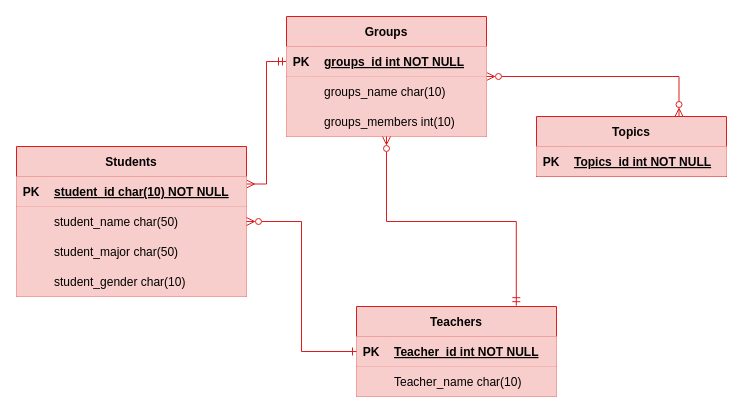
Earlier version of the draw.io diagram 未命名绘图.drawio (HSULW/Database). Source tidied: cells renumbered, new cells numbered last; positions are measured from the earlier drawing's top-left corner, leaving out a move shared by most shapes. Both pictures are drawn from the tidied source at 100%, with x=0, y=0 at pixel (16, 16).
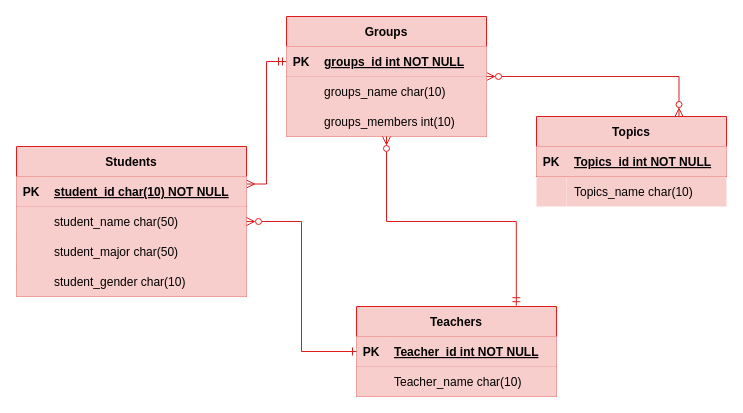
The same diagram, later.

Commit message:
更新未命名绘图.drawio

The edit, as a diff of the source:
```diff
@@
+    <mxCell id="40" value="Topics_name char(10)" style="shape=partialRectangle;overflow=hidden;align=left;top=0;left=0;bottom=0;right=0;spacingLeft=6;fontStyle=0;swimlaneFillColor=none;fillColor=#f8cecc;strokeColor=#dd1d1d;" parent="1" vertex="1">
+      <mxGeometry x="550" y="160" width="160" height="30" as="geometry" />
+    </mxCell>
+    <mxCell id="41" style="shape=partialRectangle;overflow=hidden;top=0;left=0;bottom=0;right=0;fontStyle=1;swimlaneFillColor=none;fillColor=#f8cecc;strokeColor=#dd1d1d;" parent="1" vertex="1">
+      <mxGeometry x="520" y="160" width="30" height="30" as="geometry" />
+    </mxCell>
```
